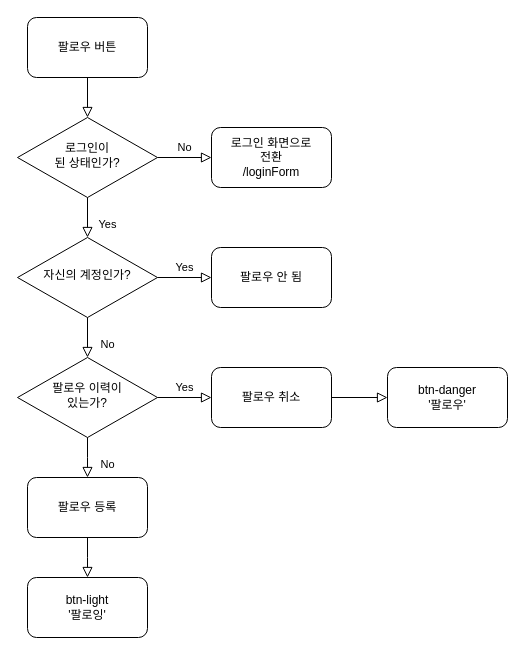
syr96/s202350102 keeps this draw.io diagram as page "follow_matpal" (4 of 5) of ssj.drawio. Above is the earlier version. Source tidied: cells renumbered, new cells numbered last; positions are measured from the earlier drawing's top-left corner, leaving out a move shared by most shapes. Both pictures are drawn from the tidied source at 100%, with x=0, y=0 at pixel (17, 17).
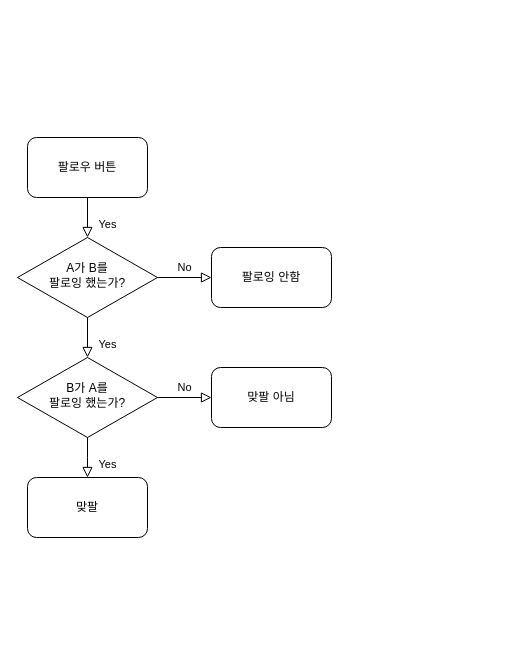
The same page after the edit.

Diff of the diagram source:
```diff
@@
     <mxCell id="2" value="팔로우 버튼" style="rounded=1;whiteSpace=wrap;html=1;" parent="1" vertex="1">
-      <mxGeometry x="10" width="120" height="60" as="geometry" />
+      <mxGeometry x="10" y="120" width="120" height="60" as="geometry" />
     </mxCell>
-    <mxCell id="3" style="rounded=0;html=1;jettySize=auto;fontSize=11;endArrow=block;endFill=0;endSize=8;strokeWidth=1;shadow=0;labelBackgroundColor=none;edgeStyle=orthogonalEdgeStyle;exitX=0.5;exitY=1;exitDx=0;exitDy=0;" parent="1" edge="1" source="2" target="5">
-      <mxGeometry y="20" relative="1" as="geometry" />
-    </mxCell>
-    <mxCell id="4" value="No" style="edgeStyle=orthogonalEdgeStyle;rounded=0;html=1;jettySize=auto;fontSize=11;endArrow=block;endFill=0;endSize=8;strokeWidth=1;shadow=0;labelBackgroundColor=none;" parent="1" edge="1" source="5" target="6">
-      <mxGeometry y="10" relative="1" as="geometry" />
-    </mxCell>
-    <mxCell id="5" value="로그인이&lt;br&gt;된 상태인가?" style="rhombus;whiteSpace=wrap;html=1;shadow=0;fontFamily=Helvetica;fontSize=12;align=center;strokeWidth=1;spacing=6;spacingTop=-4;" parent="1" vertex="1">
-      <mxGeometry y="100" width="140" height="80" as="geometry" />
-    </mxCell>
-    <mxCell id="6" value="로그인 화면으로&lt;br&gt;전환&lt;br&gt;/loginForm" style="rounded=1;whiteSpace=wrap;html=1;fontSize=12;glass=0;strokeWidth=1;shadow=0;" parent="1" vertex="1">
-      <mxGeometry x="194" y="110" width="120" height="60" as="geometry" />
-    </mxCell>
-    <mxCell id="7" value="Yes" style="rounded=0;html=1;jettySize=auto;fontSize=11;endArrow=block;endFill=0;endSize=8;strokeWidth=1;shadow=0;labelBackgroundColor=none;edgeStyle=orthogonalEdgeStyle;entryX=0.5;entryY=0;entryDx=0;entryDy=0;exitX=0.5;exitY=1;exitDx=0;exitDy=0;" parent="1" edge="1" source="5" target="8">
+    <mxCell id="7" value="Yes" style="rounded=0;html=1;jettySize=auto;fontSize=11;endArrow=block;endFill=0;endSize=8;strokeWidth=1;shadow=0;labelBackgroundColor=none;edgeStyle=orthogonalEdgeStyle;entryX=0.5;entryY=0;entryDx=0;entryDy=0;exitX=0.5;exitY=1;exitDx=0;exitDy=0;" parent="1" edge="1" source="2" target="8">
       <mxGeometry x="0.33" y="20" relative="1" as="geometry" />
     </mxCell>
-    <mxCell id="8" value="자신의 계정인가?" style="rhombus;whiteSpace=wrap;html=1;shadow=0;fontFamily=Helvetica;fontSize=12;align=center;strokeWidth=1;spacing=6;spacingTop=-4;" parent="1" vertex="1">
+    <mxCell id="8" value="A가 B를&lt;br&gt;팔로잉 했는가?" style="rhombus;whiteSpace=wrap;html=1;shadow=0;fontFamily=Helvetica;fontSize=12;align=center;strokeWidth=1;spacing=6;spacingTop=-4;" parent="1" vertex="1">
       <mxGeometry y="220" width="140" height="80" as="geometry" />
     </mxCell>
-    <mxCell id="9" value="Yes" style="edgeStyle=orthogonalEdgeStyle;rounded=0;html=1;jettySize=auto;fontSize=11;endArrow=block;endFill=0;endSize=8;strokeWidth=1;shadow=0;labelBackgroundColor=none;" parent="1" edge="1" source="8" target="10">
+    <mxCell id="9" value="No" style="edgeStyle=orthogonalEdgeStyle;rounded=0;html=1;jettySize=auto;fontSize=11;endArrow=block;endFill=0;endSize=8;strokeWidth=1;shadow=0;labelBackgroundColor=none;" parent="1" edge="1" source="8" target="10">
       <mxGeometry y="10" relative="1" as="geometry" />
     </mxCell>
-    <mxCell id="10" value="팔로우 안 됨" style="rounded=1;whiteSpace=wrap;html=1;fontSize=12;glass=0;strokeWidth=1;shadow=0;" parent="1" vertex="1">
+    <mxCell id="10" value="팔로잉 안함" style="rounded=1;whiteSpace=wrap;html=1;fontSize=12;glass=0;strokeWidth=1;shadow=0;" parent="1" vertex="1">
       <mxGeometry x="194" y="230" width="120" height="60" as="geometry" />
     </mxCell>
-    <mxCell id="11" value="팔로우 이력이&lt;br&gt;있는가?" style="rhombus;whiteSpace=wrap;html=1;shadow=0;fontFamily=Helvetica;fontSize=12;align=center;strokeWidth=1;spacing=6;spacingTop=-4;" parent="1" vertex="1">
+    <mxCell id="11" value="B가 A를&lt;br&gt;팔로잉 했는가?" style="rhombus;whiteSpace=wrap;html=1;shadow=0;fontFamily=Helvetica;fontSize=12;align=center;strokeWidth=1;spacing=6;spacingTop=-4;" parent="1" vertex="1">
       <mxGeometry y="340" width="140" height="80" as="geometry" />
     </mxCell>
-    <mxCell id="12" value="No" style="rounded=0;html=1;jettySize=auto;fontSize=11;endArrow=block;endFill=0;endSize=8;strokeWidth=1;shadow=0;labelBackgroundColor=none;edgeStyle=orthogonalEdgeStyle;entryX=0.5;entryY=0;entryDx=0;entryDy=0;exitX=0.5;exitY=1;exitDx=0;exitDy=0;" parent="1" edge="1" source="8" target="11">
+    <mxCell id="12" value="Yes" style="rounded=0;html=1;jettySize=auto;fontSize=11;endArrow=block;endFill=0;endSize=8;strokeWidth=1;shadow=0;labelBackgroundColor=none;edgeStyle=orthogonalEdgeStyle;entryX=0.5;entryY=0;entryDx=0;entryDy=0;exitX=0.5;exitY=1;exitDx=0;exitDy=0;" parent="1" edge="1" source="8" target="11">
       <mxGeometry x="0.33" y="20" relative="1" as="geometry" />
     </mxCell>
-    <mxCell id="13" value="Yes" style="edgeStyle=orthogonalEdgeStyle;rounded=0;html=1;jettySize=auto;fontSize=11;endArrow=block;endFill=0;endSize=8;strokeWidth=1;shadow=0;labelBackgroundColor=none;exitX=1;exitY=0.5;exitDx=0;exitDy=0;entryX=0;entryY=0.5;entryDx=0;entryDy=0;" parent="1" edge="1" source="11" target="15">
+    <mxCell id="13" value="No" style="edgeStyle=orthogonalEdgeStyle;rounded=0;html=1;jettySize=auto;fontSize=11;endArrow=block;endFill=0;endSize=8;strokeWidth=1;shadow=0;labelBackgroundColor=none;exitX=1;exitY=0.5;exitDx=0;exitDy=0;entryX=0;entryY=0.5;entryDx=0;entryDy=0;" parent="1" edge="1" source="11" target="15">
       <mxGeometry y="10" relative="1" as="geometry" />
     </mxCell>
-    <mxCell id="14" style="edgeStyle=orthogonalEdgeStyle;rounded=0;html=1;jettySize=auto;fontSize=11;endArrow=block;endFill=0;endSize=8;strokeWidth=1;shadow=0;labelBackgroundColor=none;exitX=1;exitY=0.5;exitDx=0;exitDy=0;entryX=0;entryY=0.5;entryDx=0;entryDy=0;" parent="1" edge="1" source="15" target="16">
-      <mxGeometry y="10" relative="1" as="geometry" />
-    </mxCell>
-    <mxCell id="15" value="팔로우 취소" style="rounded=1;whiteSpace=wrap;html=1;fontSize=12;glass=0;strokeWidth=1;shadow=0;" parent="1" vertex="1">
+    <mxCell id="15" value="맞팔 아님" style="rounded=1;whiteSpace=wrap;html=1;fontSize=12;glass=0;strokeWidth=1;shadow=0;" parent="1" vertex="1">
       <mxGeometry x="194" y="350" width="120" height="60" as="geometry" />
     </mxCell>
-    <mxCell id="16" value="btn-danger&lt;br&gt;'팔로우'" style="rounded=1;whiteSpace=wrap;html=1;fontSize=12;glass=0;strokeWidth=1;shadow=0;" parent="1" vertex="1">
-      <mxGeometry x="370" y="350" width="120" height="60" as="geometry" />
-    </mxCell>
-    <mxCell id="17" value="No" style="rounded=0;html=1;jettySize=auto;fontSize=11;endArrow=block;endFill=0;endSize=8;strokeWidth=1;shadow=0;labelBackgroundColor=none;edgeStyle=orthogonalEdgeStyle;entryX=0.5;entryY=0;entryDx=0;entryDy=0;exitX=0.5;exitY=1;exitDx=0;exitDy=0;" parent="1" edge="1" source="11">
+    <mxCell id="17" value="Yes" style="rounded=0;html=1;jettySize=auto;fontSize=11;endArrow=block;endFill=0;endSize=8;strokeWidth=1;shadow=0;labelBackgroundColor=none;edgeStyle=orthogonalEdgeStyle;entryX=0.5;entryY=0;entryDx=0;entryDy=0;exitX=0.5;exitY=1;exitDx=0;exitDy=0;" parent="1" edge="1" source="11">
       <mxGeometry x="0.33" y="20" relative="1" as="geometry">
         <mxPoint x="70" y="460" as="targetPoint" />
       </mxGeometry>
     </mxCell>
-    <mxCell id="18" value="팔로우 등록" style="rounded=1;whiteSpace=wrap;html=1;fontSize=12;glass=0;strokeWidth=1;shadow=0;" parent="1" vertex="1">
+    <mxCell id="18" value="맞팔" style="rounded=1;whiteSpace=wrap;html=1;fontSize=12;glass=0;strokeWidth=1;shadow=0;" parent="1" vertex="1">
       <mxGeometry x="10" y="460" width="120" height="60" as="geometry" />
     </mxCell>
-    <mxCell id="19" style="rounded=0;html=1;jettySize=auto;fontSize=11;endArrow=block;endFill=0;endSize=8;strokeWidth=1;shadow=0;labelBackgroundColor=none;edgeStyle=orthogonalEdgeStyle;entryX=0.5;entryY=0;entryDx=0;entryDy=0;exitX=0.5;exitY=1;exitDx=0;exitDy=0;" parent="1" edge="1" source="18">
-      <mxGeometry x="0.34" y="20" relative="1" as="geometry">
-        <mxPoint x="70" y="560" as="targetPoint" />
-      </mxGeometry>
-    </mxCell>
-    <mxCell id="20" value="btn-light&lt;br&gt;'팔로잉'" style="rounded=1;whiteSpace=wrap;html=1;fontSize=12;glass=0;strokeWidth=1;shadow=0;" parent="1" vertex="1">
-      <mxGeometry x="10" y="560" width="120" height="60" as="geometry" />
-    </mxCell>
```
